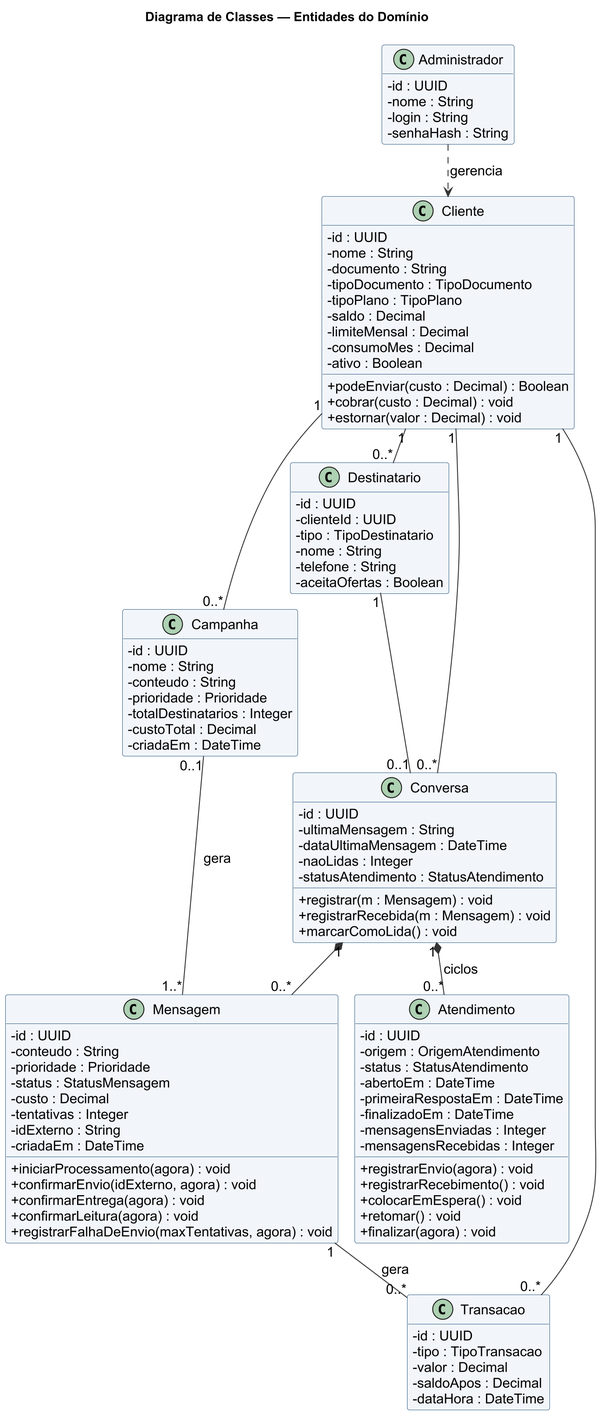
The PlantUML diagram docs/03-diagramas/02a-classes-dominio.png in ryanandrade-beep/ar-chat, before a commit. The source it was exported from:
```plantuml
@startuml
skinparamlocked dpi 200
!pragma layout smetana
!include skin.iuml
title Diagrama de Classes — Entidades do Domínio
hide empty members
skinparam classAttributeIconSize 0

class Cliente {
  - id : UUID
  - nome : String
  - documento : String
  - tipoDocumento : TipoDocumento
  - tipoPlano : TipoPlano
  - saldo : Decimal
  - limiteMensal : Decimal
  - consumoMes : Decimal
  - ativo : Boolean
  + podeEnviar(custo : Decimal) : Boolean
  + cobrar(custo : Decimal) : void
  + estornar(valor : Decimal) : void
}
class Destinatario {
  - id : UUID
  - clienteId : UUID
  - tipo : TipoDestinatario
  - nome : String
  - telefone : String
  - aceitaOfertas : Boolean
}
class Campanha {
  - id : UUID
  - nome : String
  - conteudo : String
  - prioridade : Prioridade
  - totalDestinatarios : Integer
  - custoTotal : Decimal
  - criadaEm : DateTime
}
class Conversa {
  - id : UUID
  - ultimaMensagem : String
  - dataUltimaMensagem : DateTime
  - naoLidas : Integer
  - statusAtendimento : StatusAtendimento
  + registrar(m : Mensagem) : void
  + registrarRecebida(m : Mensagem) : void
  + marcarComoLida() : void
}
class Mensagem {
  - id : UUID
  - conteudo : String
  - prioridade : Prioridade
  - status : StatusMensagem
  - custo : Decimal
  - tentativas : Integer
  - idExterno : String
  - criadaEm : DateTime
  + iniciarProcessamento(agora) : void
  + confirmarEnvio(idExterno, agora) : void
  + confirmarEntrega(agora) : void
  + confirmarLeitura(agora) : void
  + registrarFalhaDeEnvio(maxTentativas, agora) : void
}
class Atendimento {
  - id : UUID
  - origem : OrigemAtendimento
  - status : StatusAtendimento
  - abertoEm : DateTime
  - primeiraRespostaEm : DateTime
  - finalizadoEm : DateTime
  - mensagensEnviadas : Integer
  - mensagensRecebidas : Integer
  + registrarEnvio(agora) : void
  + registrarRecebimento() : void
  + colocarEmEspera() : void
  + retomar() : void
  + finalizar(agora) : void
}
class Transacao {
  - id : UUID
  - tipo : TipoTransacao
  - valor : Decimal
  - saldoApos : Decimal
  - dataHora : DateTime
}
class Administrador {
  - id : UUID
  - nome : String
  - login : String
  - senhaHash : String
}

Cliente "1" -- "0..*" Conversa
Cliente "1" -- "0..*" Destinatario
Destinatario "1" -- "0..1" Conversa
Conversa "1" *-- "0..*" Mensagem
Conversa "1" *-- "0..*" Atendimento : ciclos >
Cliente "1" -- "0..*" Campanha
Campanha "0..1" -- "1..*" Mensagem : gera >
Cliente "1" -- "0..*" Transacao
Mensagem "1" -- "0..*" Transacao : gera >
Administrador ..> Cliente : gerencia
@enduml
```
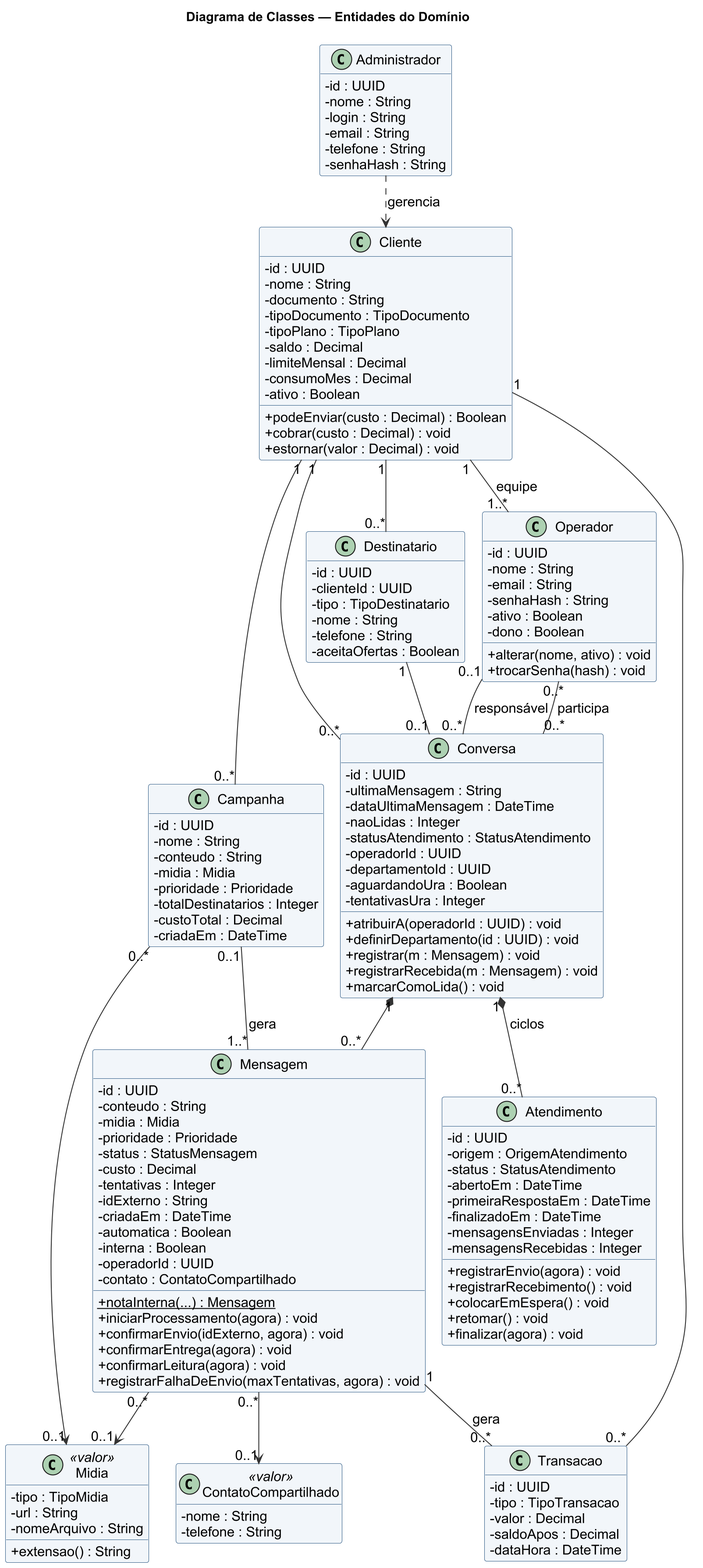
After the change.

The edit, as a diff of the source:
```diff
@@ -32,6 +32,7 @@
   - id : UUID
   - nome : String
   - conteudo : String
+  - midia : Midia
   - prioridade : Prioridade
   - totalDestinatarios : Integer
   - custoTotal : Decimal
@@ -43,6 +44,12 @@
   - dataUltimaMensagem : DateTime
   - naoLidas : Integer
   - statusAtendimento : StatusAtendimento
+  - operadorId : UUID
+  - departamentoId : UUID
+  - aguardandoUra : Boolean
+  - tentativasUra : Integer
+  + atribuirA(operadorId : UUID) : void
+  + definirDepartamento(id : UUID) : void
   + registrar(m : Mensagem) : void
   + registrarRecebida(m : Mensagem) : void
   + marcarComoLida() : void
@@ -50,12 +57,18 @@
 class Mensagem {
   - id : UUID
   - conteudo : String
+  - midia : Midia
   - prioridade : Prioridade
   - status : StatusMensagem
   - custo : Decimal
   - tentativas : Integer
   - idExterno : String
   - criadaEm : DateTime
+  - automatica : Boolean
+  - interna : Boolean
+  - operadorId : UUID
+  - contato : ContatoCompartilhado
+  + {static} notaInterna(...) : Mensagem
   + iniciarProcessamento(agora) : void
   + confirmarEnvio(idExterno, agora) : void
   + confirmarEntrega(agora) : void
@@ -77,6 +90,26 @@
   + retomar() : void
   + finalizar(agora) : void
 }
+class Midia <<valor>> {
+  - tipo : TipoMidia
+  - url : String
+  - nomeArquivo : String
+  + extensao() : String
+}
+class ContatoCompartilhado <<valor>> {
+  - nome : String
+  - telefone : String
+}
+class Operador {
+  - id : UUID
+  - nome : String
+  - email : String
+  - senhaHash : String
+  - ativo : Boolean
+  - dono : Boolean
+  + alterar(nome, ativo) : void
+  + trocarSenha(hash) : void
+}
 class Transacao {
   - id : UUID
   - tipo : TipoTransacao
@@ -88,6 +121,8 @@
   - id : UUID
   - nome : String
   - login : String
+  - email : String
+  - telefone : String
   - senhaHash : String
 }
 
@@ -101,4 +136,10 @@
 Cliente "1" -- "0..*" Transacao
 Mensagem "1" -- "0..*" Transacao : gera >
 Administrador ..> Cliente : gerencia
+Mensagem "0..*" --> "0..1" Midia
+Campanha "0..*" --> "0..1" Midia
+Mensagem "0..*" --> "0..1" ContatoCompartilhado
+Cliente "1" -- "1..*" Operador : equipe >
+Operador "0..1" -- "0..*" Conversa : responsável >
+Operador "0..*" -- "0..*" Conversa : participa >
 @enduml
```
